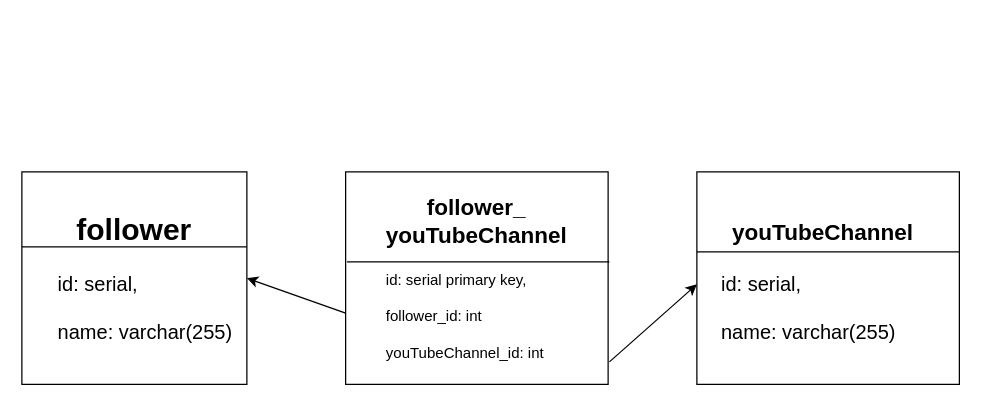
voldomarich/job4j_design keeps this draw.io diagram as data/Untitled Diagram.drawio. Above is the earlier version. Source tidied: cells renumbered, new cells numbered last; positions are measured from the earlier drawing's top-left corner, leaving out a move shared by most shapes. Both pictures are drawn from the tidied source at 125%, with x=0, y=0 at pixel (21, 171).
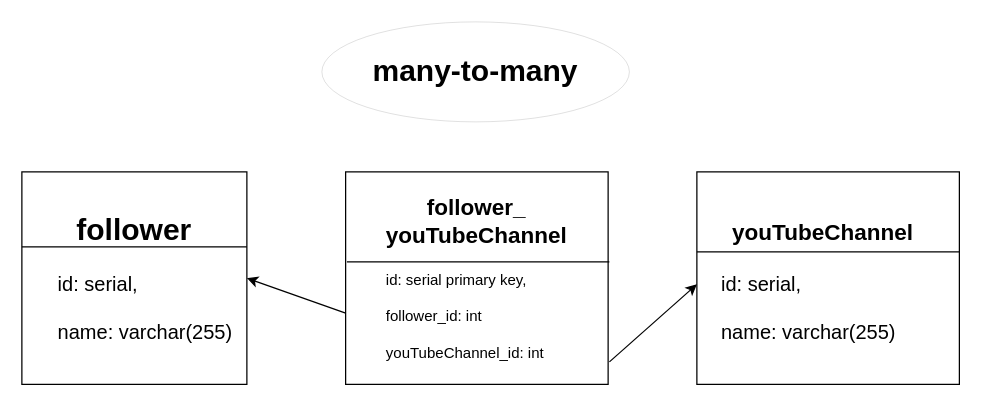
Above is the later version.

What changed in the source:
```diff
@@
 <mxGraphModel>
   <root>
     <mxCell id="0" />
     <mxCell id="1" parent="0" />
     <mxCell id="2" value="&lt;div style=&quot;text-align: center;&quot;&gt;&lt;font style=&quot;&quot;&gt;&lt;b style=&quot;&quot;&gt;&lt;span style=&quot;font-size: 24px;&quot;&gt;&amp;nbsp; &amp;nbsp;&amp;nbsp;&lt;/span&gt;&lt;font style=&quot;font-size: 18px;&quot;&gt;youTubeChannel&lt;/font&gt;&lt;/b&gt;&lt;/font&gt;&lt;/div&gt;&lt;div&gt;&lt;font size=&quot;3&quot;&gt;&lt;br&gt;&lt;/font&gt;&lt;/div&gt;&lt;div&gt;&lt;font size=&quot;3&quot;&gt;&amp;nbsp; &amp;nbsp; id: serial,&lt;/font&gt;&lt;/div&gt;&lt;div&gt;&lt;font size=&quot;3&quot;&gt;&lt;br&gt;&lt;/font&gt;&lt;/div&gt;&lt;div&gt;&lt;font size=&quot;3&quot;&gt;&amp;nbsp; &amp;nbsp; name: varchar(255)&lt;/font&gt;&lt;/div&gt;" style="rounded=0;whiteSpace=wrap;html=1;align=left;" parent="1" vertex="1">
       <mxGeometry x="540" width="210" height="170" as="geometry" />
     </mxCell>
     <mxCell id="3" value="&lt;div&gt;&lt;b style=&quot;&quot;&gt;&lt;font style=&quot;font-size: 18px;&quot;&gt;follower_&lt;/font&gt;&lt;/b&gt;&lt;/div&gt;&lt;div&gt;&lt;b style=&quot;&quot;&gt;&lt;font style=&quot;font-size: 18px;&quot;&gt;youTubeChannel&lt;/font&gt;&lt;/b&gt;&lt;/div&gt;&lt;div style=&quot;text-align: left;&quot;&gt;&lt;font style=&quot;font-size: 15px;&quot; size=&quot;3&quot;&gt;&amp;nbsp; &amp;nbsp;&amp;nbsp;&lt;/font&gt;&lt;/div&gt;&lt;div style=&quot;text-align: left;&quot;&gt;&lt;font style=&quot;font-size: 12px;&quot;&gt;id: serial primary key,&lt;/font&gt;&lt;/div&gt;&lt;div style=&quot;text-align: left;&quot;&gt;&lt;font style=&quot;font-size: 12px;&quot;&gt;&lt;br&gt;&lt;/font&gt;&lt;/div&gt;&lt;div style=&quot;text-align: left;&quot;&gt;&lt;font style=&quot;font-size: 12px;&quot;&gt;follower_id: int&amp;nbsp;&lt;/font&gt;&lt;/div&gt;&lt;div style=&quot;text-align: left;&quot;&gt;&lt;font style=&quot;font-size: 12px;&quot;&gt;&lt;br&gt;&lt;/font&gt;&lt;/div&gt;&lt;div style=&quot;text-align: left;&quot;&gt;&lt;font style=&quot;font-size: 12px;&quot;&gt;youTubeChannel_id: int&amp;nbsp;&lt;/font&gt;&lt;/div&gt;" style="rounded=0;whiteSpace=wrap;html=1;" parent="1" vertex="1">
       <mxGeometry x="259" width="210" height="170" as="geometry" />
     </mxCell>
     <mxCell id="4" value="&lt;div style=&quot;&quot;&gt;&lt;span style=&quot;font-size: 24px;&quot;&gt;&lt;b&gt;follower&lt;/b&gt;&lt;/span&gt;&lt;/div&gt;&lt;div style=&quot;text-align: left;&quot;&gt;&lt;font size=&quot;3&quot;&gt;&lt;br&gt;&lt;/font&gt;&lt;/div&gt;&lt;div style=&quot;text-align: left;&quot;&gt;&lt;font size=&quot;3&quot;&gt;&amp;nbsp; &amp;nbsp; id: serial,&lt;/font&gt;&lt;/div&gt;&lt;div style=&quot;text-align: left;&quot;&gt;&lt;font size=&quot;3&quot;&gt;&lt;br&gt;&lt;/font&gt;&lt;/div&gt;&lt;div style=&quot;text-align: left;&quot;&gt;&lt;font size=&quot;3&quot;&gt;&amp;nbsp; &amp;nbsp; name: varchar(255)&lt;/font&gt;&lt;/div&gt;" style="rounded=0;whiteSpace=wrap;html=1;" parent="1" vertex="1">
       <mxGeometry width="180" height="170" as="geometry" />
     </mxCell>
     <mxCell id="5" style="endArrow=none;html=1;rounded=0;fontSize=18;entryX=1;entryY=0.353;entryDx=0;entryDy=0;entryPerimeter=0;" parent="1" edge="1" target="4">
       <mxGeometry relative="1" as="geometry">
         <mxPoint y="60" as="sourcePoint" />
         <Array as="points">
           <mxPoint x="50" y="60" />
         </Array>
       </mxGeometry>
     </mxCell>
     <mxCell id="6" style="endArrow=none;html=1;rounded=0;fontSize=18;" parent="1" edge="1">
       <mxGeometry relative="1" as="geometry">
         <mxPoint x="540" y="64" as="sourcePoint" />
         <mxPoint x="750" y="64" as="targetPoint" />
       </mxGeometry>
     </mxCell>
     <mxCell id="7" style="endArrow=classic;html=1;rounded=0;fontSize=18;exitX=0;exitY=0.665;exitDx=0;exitDy=0;exitPerimeter=0;entryX=1;entryY=0.5;entryDx=0;entryDy=0;" parent="1" edge="1" source="3" target="4">
       <mxGeometry relative="1" as="geometry" />
     </mxCell>
     <mxCell id="8" style="endArrow=classic;html=1;rounded=0;fontSize=18;exitX=1.005;exitY=0.894;exitDx=0;exitDy=0;exitPerimeter=0;" parent="1" edge="1" source="3">
       <mxGeometry relative="1" as="geometry">
         <mxPoint x="540" y="90" as="targetPoint" />
       </mxGeometry>
     </mxCell>
     <mxCell id="9" style="endArrow=none;html=1;rounded=0;fontSize=18;exitX=0.005;exitY=0.424;exitDx=0;exitDy=0;exitPerimeter=0;" parent="1" edge="1" source="3">
       <mxGeometry relative="1" as="geometry">
         <mxPoint x="470" y="72" as="targetPoint" />
       </mxGeometry>
     </mxCell>
+    <mxCell id="10" value="&lt;b style=&quot;font-size: 24px;&quot;&gt;many-to-many&lt;/b&gt;" style="ellipse;whiteSpace=wrap;html=1;strokeWidth=0;" parent="1" vertex="1">
+      <mxGeometry x="240" y="-120" width="246" height="80" as="geometry" />
+    </mxCell>
   </root>
 </mxGraphModel>
```
